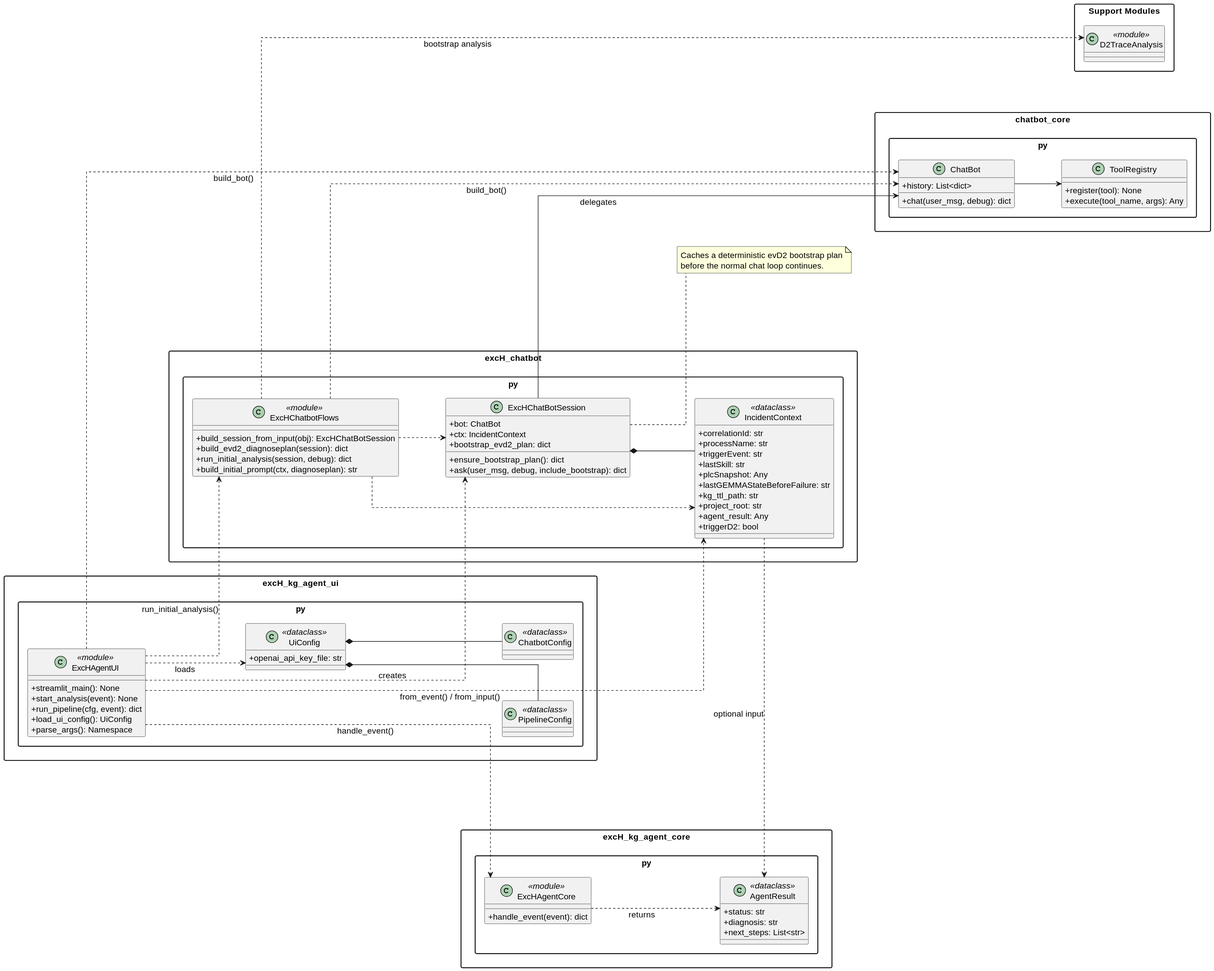
Earlier version of the PlantUML export out/UML-Diagrams/ExcH-KG-Agent/msrguard_agent_overview_slide/msrguard_agent_overview.svg (verkal1999/Agent_Test).
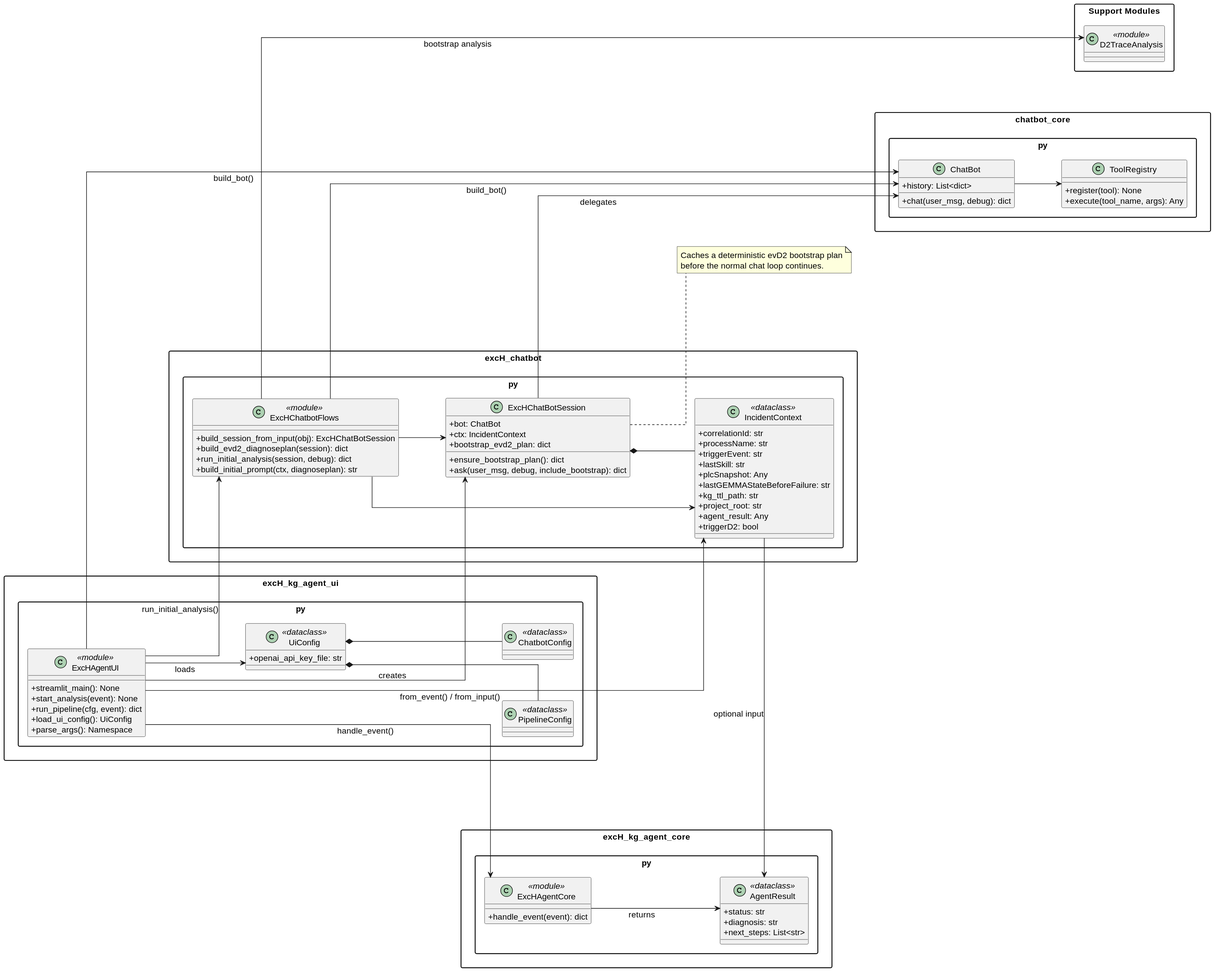
After the commit.

Diff of the diagram source:
```diff
@@ -26,7 +26,7 @@
 
   UiConfig *-- PipelineConfig
   UiConfig *-- ChatbotConfig
-  ExcHAgentUI ..> UiConfig : loads
+  ExcHAgentUI --> UiConfig : loads
 }
 
 package "excH_kg_agent_core.py" {
@@ -40,7 +40,7 @@
     +next_steps: List<str>
   }
 
-  ExcHAgentCore ..> AgentResult : returns
+  ExcHAgentCore --> AgentResult : returns
 }
 
 package "excH_chatbot.py" {
@@ -73,8 +73,8 @@
   }
 
   ExcHChatBotSession *-- IncidentContext
-  ExcHChatbotFlows ..> IncidentContext
-  ExcHChatbotFlows ..> ExcHChatBotSession
+  ExcHChatbotFlows --> IncidentContext
+  ExcHChatbotFlows --> ExcHChatBotSession
 }
 
 package "chatbot_core.py" {
@@ -95,16 +95,16 @@
   class D2TraceAnalysis <<module>>
 }
 
-ExcHAgentUI ..> ExcHAgentCore : handle_event()
-ExcHAgentUI ..> IncidentContext : from_event() / from_input()
-ExcHAgentUI ..> ChatBot : build_bot()
-ExcHAgentUI ..> ExcHChatBotSession : creates
-ExcHAgentUI ..> ExcHChatbotFlows : run_initial_analysis()
+ExcHAgentUI --> ExcHAgentCore : handle_event()
+ExcHAgentUI --> IncidentContext : from_event() / from_input()
+ExcHAgentUI --> ChatBot : build_bot()
+ExcHAgentUI --> ExcHChatBotSession : creates
+ExcHAgentUI --> ExcHChatbotFlows : run_initial_analysis()
 
-IncidentContext ..> AgentResult : optional input
+IncidentContext --> AgentResult : optional input
 ExcHChatBotSession --> ChatBot : delegates
-ExcHChatbotFlows ..> ChatBot : build_bot()
-ExcHChatbotFlows ..> D2TraceAnalysis : bootstrap analysis
+ExcHChatbotFlows --> ChatBot : build_bot()
+ExcHChatbotFlows --> D2TraceAnalysis : bootstrap analysis
 
 ExcHAgentUI -[hidden]-> ExcHAgentCore
 ExcHAgentCore -[hidden]-> IncidentContext
```
